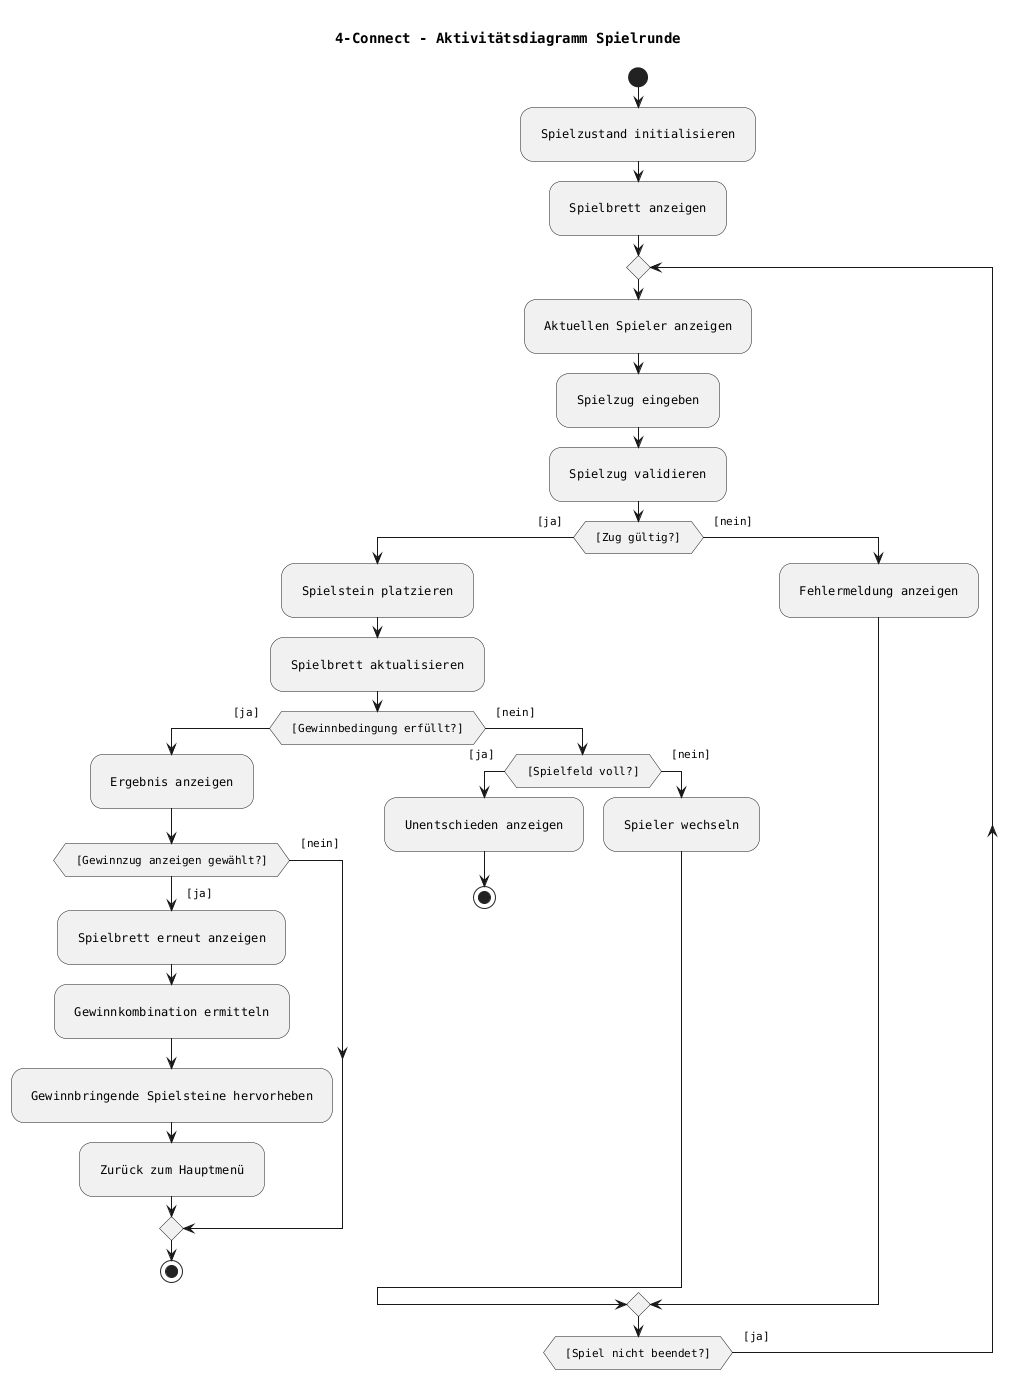
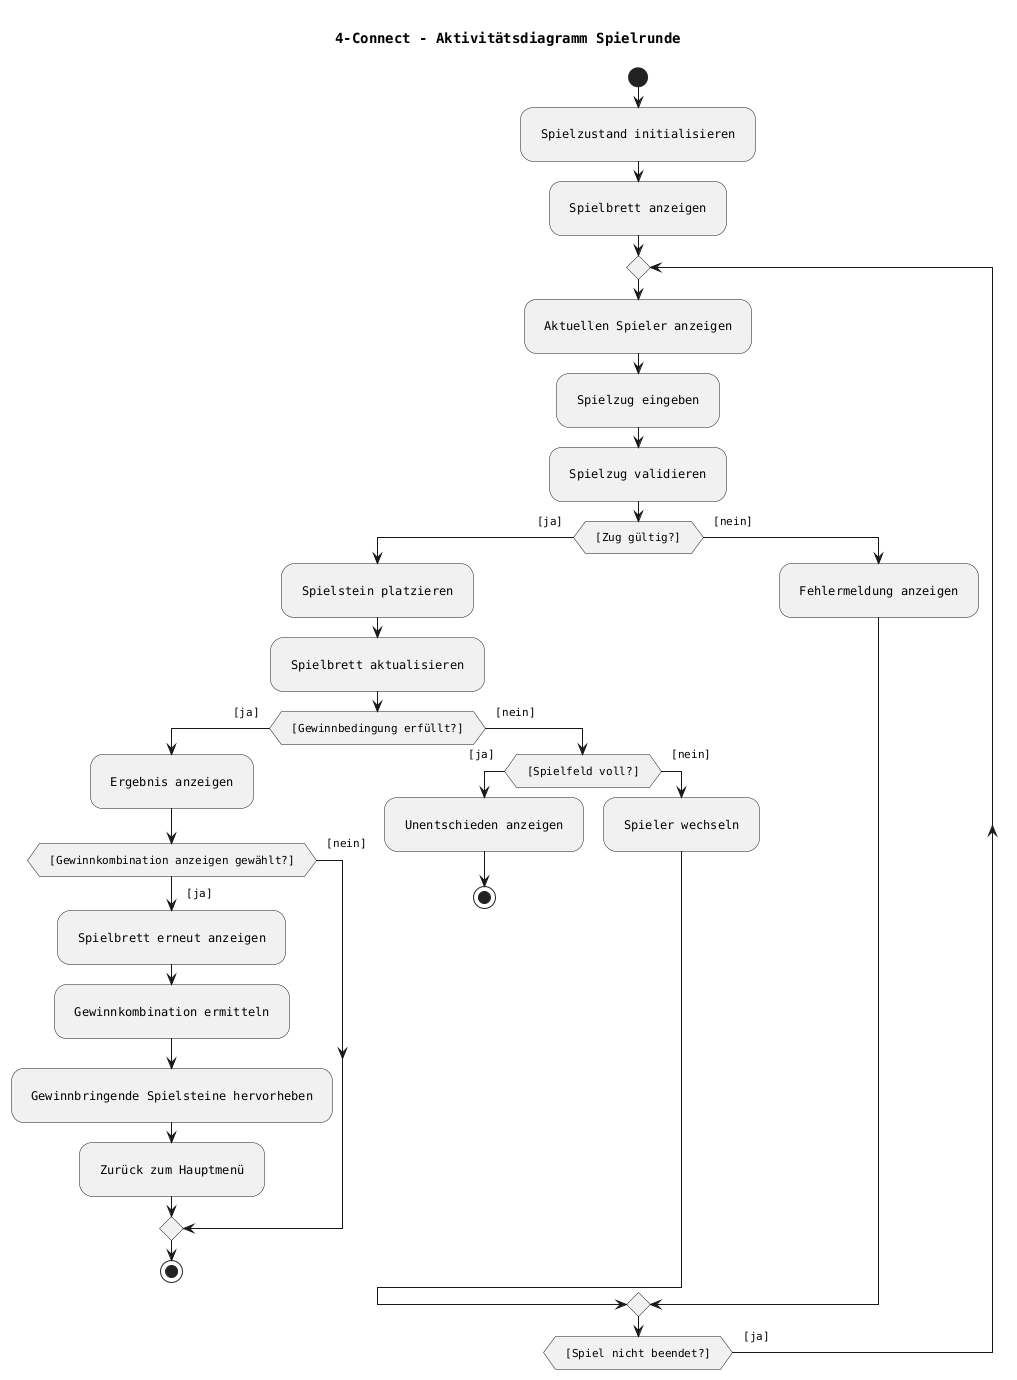
@startuml
title 4-Connect - Aktivitätsdiagramm Spielrunde

skinparam defaultFontName Monospaced
skinparam linetype ortho
skinparam nodesep 300
skinparam ranksep 300
skinparam padding 10

start

:Spielzustand initialisieren;
:Spielbrett anzeigen;

repeat
  :Aktuellen Spieler anzeigen;
  :Spielzug eingeben;
  :Spielzug validieren;

  if ([Zug gültig?]) then ([ja])
    :Spielstein platzieren;
    :Spielbrett aktualisieren;

    if ([Gewinnbedingung erfüllt?]) then ([ja])
      :Ergebnis anzeigen;

-       if ([Gewinnzug anzeigen gewählt?]) then ([ja])
+       if ([Gewinnkombination anzeigen gewählt?]) then ([ja])
        :Spielbrett erneut anzeigen;
        :Gewinnkombination ermitteln;
        :Gewinnbringende Spielsteine hervorheben;
        :Zurück zum Hauptmenü;
      else ([nein])
      endif

      stop

    else ([nein])
      if ([Spielfeld voll?]) then ([ja])
        :Unentschieden anzeigen;
        stop
      else ([nein])
        :Spieler wechseln;
      endif
    endif

  else ([nein])
    :Fehlermeldung anzeigen;
  endif

repeat while ([Spiel nicht beendet?]) is ([ja])

@enduml
